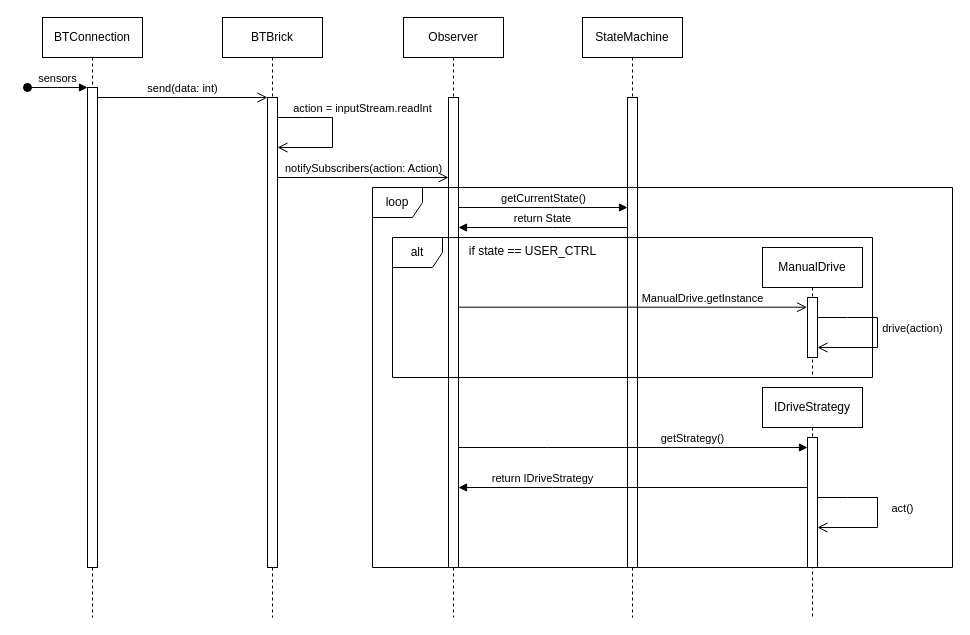
Before: UML/sequenzdiagramm.drawio in Thomas12141/OOS_Praktikum, a draw.io diagram. Source tidied: cells renumbered, new cells numbered last; positions are measured from the earlier drawing's top-left corner, leaving out a move shared by most shapes. Both pictures are drawn from the tidied source at 100%, with x=0, y=0 at pixel (27, 17).
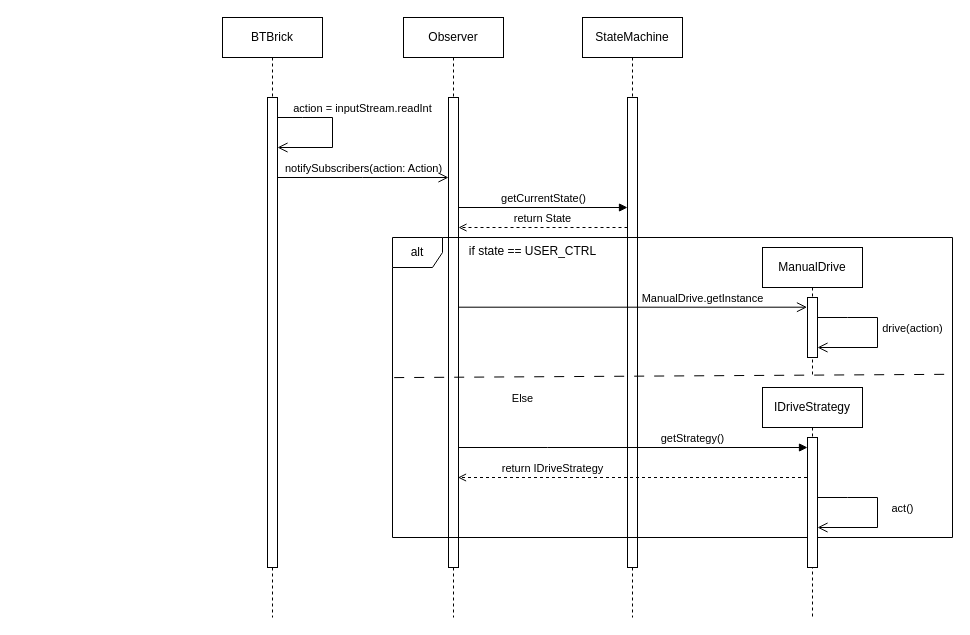
The same diagram, later.

Commit message:
änderungen sequenzdiagramm

Unchanged cells that the change refers to:
```xml
<mxCell id="6" style="html=1;points=[];perimeter=orthogonalPerimeter;outlineConnect=0;targetShapes=umlLifeline;portConstraint=eastwest;newEdgeStyle={&quot;edgeStyle&quot;:&quot;elbowEdgeStyle&quot;,&quot;elbow&quot;:&quot;vertical&quot;,&quot;curved&quot;:0,&quot;rounded&quot;:0};" parent="5" vertex="1">
  <mxGeometry x="45" y="80" width="10" height="470" as="geometry" />
</mxCell>
<mxCell id="8" style="html=1;points=[];perimeter=orthogonalPerimeter;outlineConnect=0;targetShapes=umlLifeline;portConstraint=eastwest;newEdgeStyle={&quot;edgeStyle&quot;:&quot;elbowEdgeStyle&quot;,&quot;elbow&quot;:&quot;vertical&quot;,&quot;curved&quot;:0,&quot;rounded&quot;:0};" parent="7" vertex="1">
  <mxGeometry x="45" y="80" width="10" height="470" as="geometry" />
</mxCell>
<mxCell id="24" style="html=1;points=[];perimeter=orthogonalPerimeter;outlineConnect=0;targetShapes=umlLifeline;portConstraint=eastwest;newEdgeStyle={&quot;edgeStyle&quot;:&quot;elbowEdgeStyle&quot;,&quot;elbow&quot;:&quot;vertical&quot;,&quot;curved&quot;:0,&quot;rounded&quot;:0};" parent="23" vertex="1">
  <mxGeometry x="45" y="50" width="10" height="130" as="geometry" />
</mxCell>
```

What changed in the source:
```diff
@@
-    <mxCell id="2" value="BTConnection" style="shape=umlLifeline;perimeter=lifelinePerimeter;whiteSpace=wrap;html=1;newEdgeStyle={&quot;edgeStyle&quot;:&quot;elbowEdgeStyle&quot;,&quot;elbow&quot;:&quot;vertical&quot;,&quot;curved&quot;:0,&quot;rounded&quot;:0};" parent="1" vertex="1">
-      <mxGeometry x="15" width="100" height="600" as="geometry" />
-    </mxCell>
-    <mxCell id="3" style="html=1;points=[];perimeter=orthogonalPerimeter;outlineConnect=0;targetShapes=umlLifeline;portConstraint=eastwest;newEdgeStyle={&quot;edgeStyle&quot;:&quot;elbowEdgeStyle&quot;,&quot;elbow&quot;:&quot;vertical&quot;,&quot;curved&quot;:0,&quot;rounded&quot;:0};" parent="2" vertex="1">
-      <mxGeometry x="45" y="70" width="10" height="480" as="geometry" />
-    </mxCell>
-    <mxCell id="4" value="sensors" style="html=1;verticalAlign=bottom;startArrow=oval;endArrow=block;startSize=8;edgeStyle=elbowEdgeStyle;elbow=vertical;curved=0;rounded=0;" parent="2" edge="1" target="3">
-      <mxGeometry relative="1" as="geometry">
-        <mxPoint x="-15" y="70" as="sourcePoint" />
-      </mxGeometry>
-    </mxCell>
@@
-    <mxCell id="11" value="send(data: int)" style="endArrow=open;startArrow=none;endFill=0;startFill=0;endSize=8;html=1;verticalAlign=bottom;labelBackgroundColor=none;strokeWidth=1;rounded=0;" parent="1" edge="1" source="3" target="6">
-      <mxGeometry relative="1" as="geometry">
-        <Array as="points">
-          <mxPoint x="155" y="80" />
-        </Array>
-      </mxGeometry>
-    </mxCell>
@@
     <mxCell id="14" value="alt" style="shape=umlFrame;whiteSpace=wrap;html=1;width=50;" parent="1" vertex="1">
-      <mxGeometry x="365" y="220" width="480" height="140" as="geometry" />
+      <mxGeometry x="365" y="220" width="560" height="300" as="geometry" />
     </mxCell>
@@
-    <mxCell id="21" value="return State" style="html=1;verticalAlign=bottom;endArrow=block;edgeStyle=elbowEdgeStyle;elbow=vertical;curved=0;rounded=0;" parent="1" edge="1">
-      <mxGeometry relative="1" as="geometry">
-        <mxPoint x="600" y="210" as="sourcePoint" />
-        <mxPoint x="431" y="210" as="targetPoint" />
-        <Array as="points">
-          <mxPoint x="525" y="210" />
-        </Array>
-      </mxGeometry>
-    </mxCell>
-    <mxCell id="22" value="loop" style="shape=umlFrame;whiteSpace=wrap;html=1;width=50;" parent="1" vertex="1">
-      <mxGeometry x="345" y="170" width="580" height="380" as="geometry" />
-    </mxCell>
@@
+    <mxCell id="21" value="return State" style="html=1;verticalAlign=bottom;labelBackgroundColor=none;endArrow=open;endFill=0;dashed=1;rounded=0;" parent="1" edge="1">
+      <mxGeometry relative="1" as="geometry">
+        <mxPoint x="600" y="210" as="sourcePoint" />
+        <mxPoint x="431" y="210" as="targetPoint" />
+      </mxGeometry>
+    </mxCell>
-    <mxCell id="27" value="return IDriveStrategy" style="html=1;verticalAlign=bottom;endArrow=block;edgeStyle=elbowEdgeStyle;elbow=vertical;curved=0;rounded=0;" parent="1" edge="1" source="24" target="8">
-      <mxGeometry x="0.52" relative="1" as="geometry">
-        <Array as="points">
-          <mxPoint x="525" y="470" />
-        </Array>
+    <mxCell id="27" value="return IDriveStrategy" style="html=1;verticalAlign=bottom;labelBackgroundColor=none;endArrow=open;endFill=0;dashed=1;rounded=0;" parent="1" edge="1">
+      <mxGeometry x="0.46" relative="1" as="geometry">
+        <mxPoint x="779.5" y="460" as="sourcePoint" />
+        <mxPoint x="430.5" y="460" as="targetPoint" />
       </mxGeometry>
     </mxCell>
+    <mxCell id="28" value="Else" style="endArrow=none;startArrow=none;endFill=0;startFill=0;endSize=8;html=1;verticalAlign=bottom;dashed=1;labelBackgroundColor=none;dashPattern=10 10;rounded=0;exitX=0.003;exitY=0.467;exitDx=0;exitDy=0;exitPerimeter=0;entryX=0.998;entryY=0.456;entryDx=0;entryDy=0;entryPerimeter=0;" parent="1" edge="1" source="14" target="14">
+      <mxGeometry x="-0.54" y="-31" relative="1" as="geometry" />
+    </mxCell>
```
